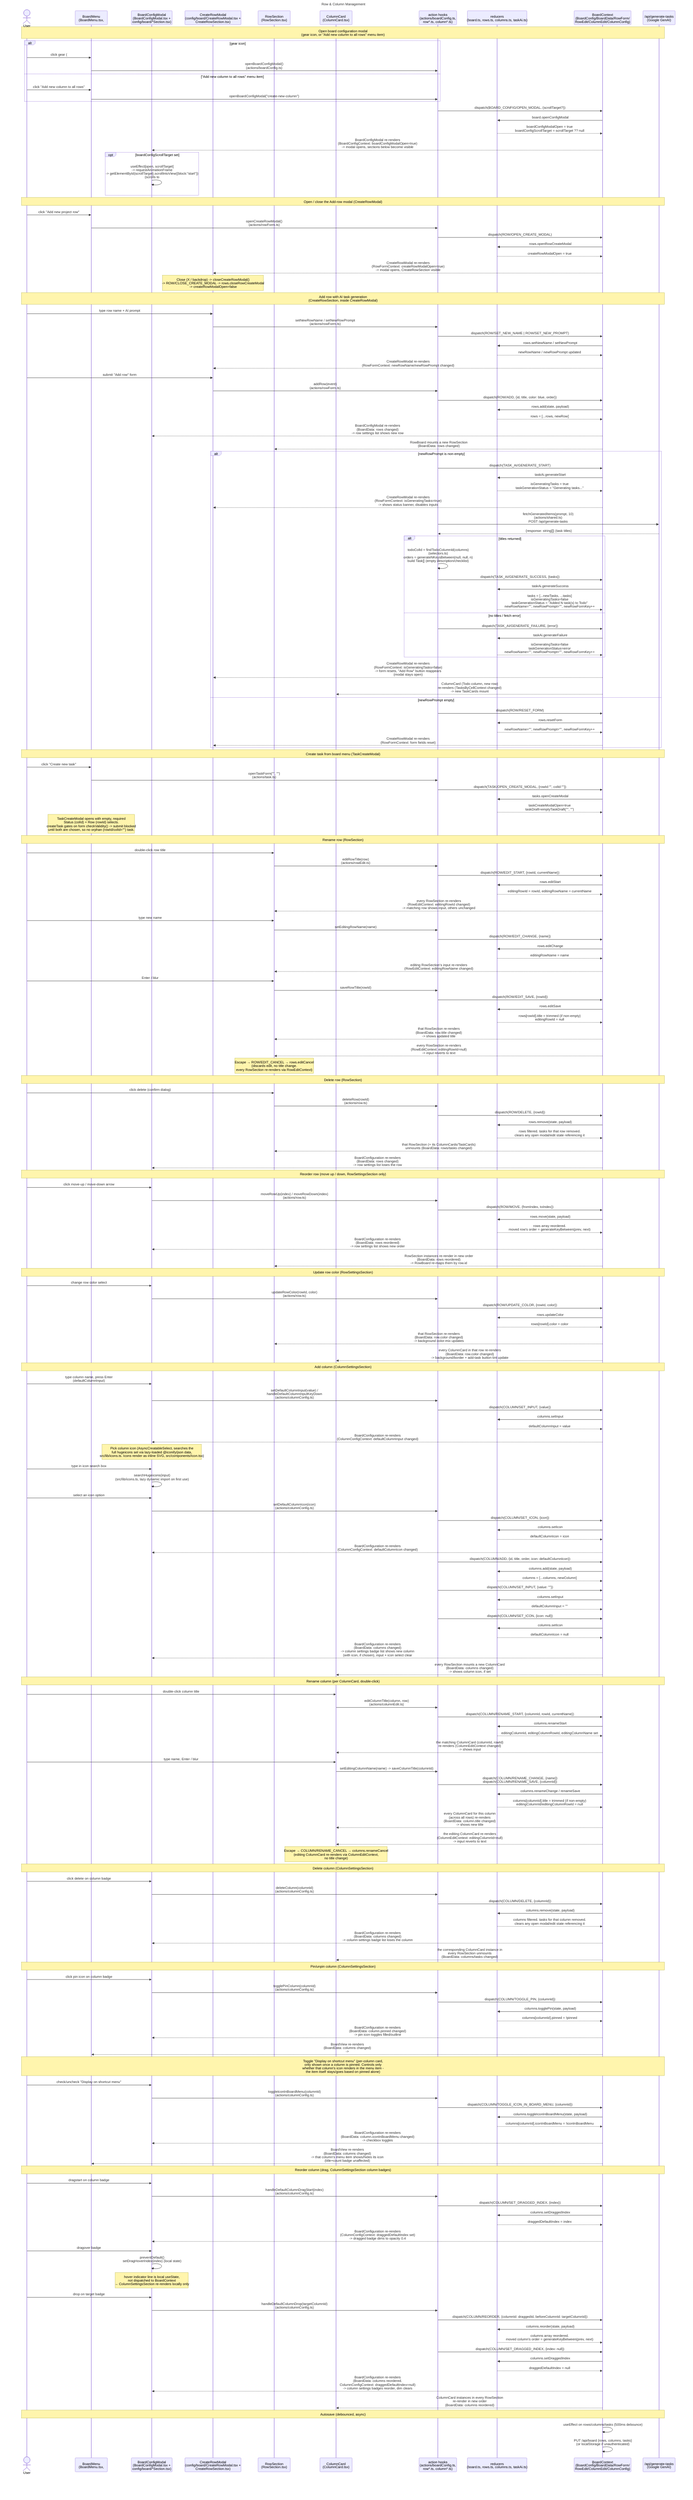
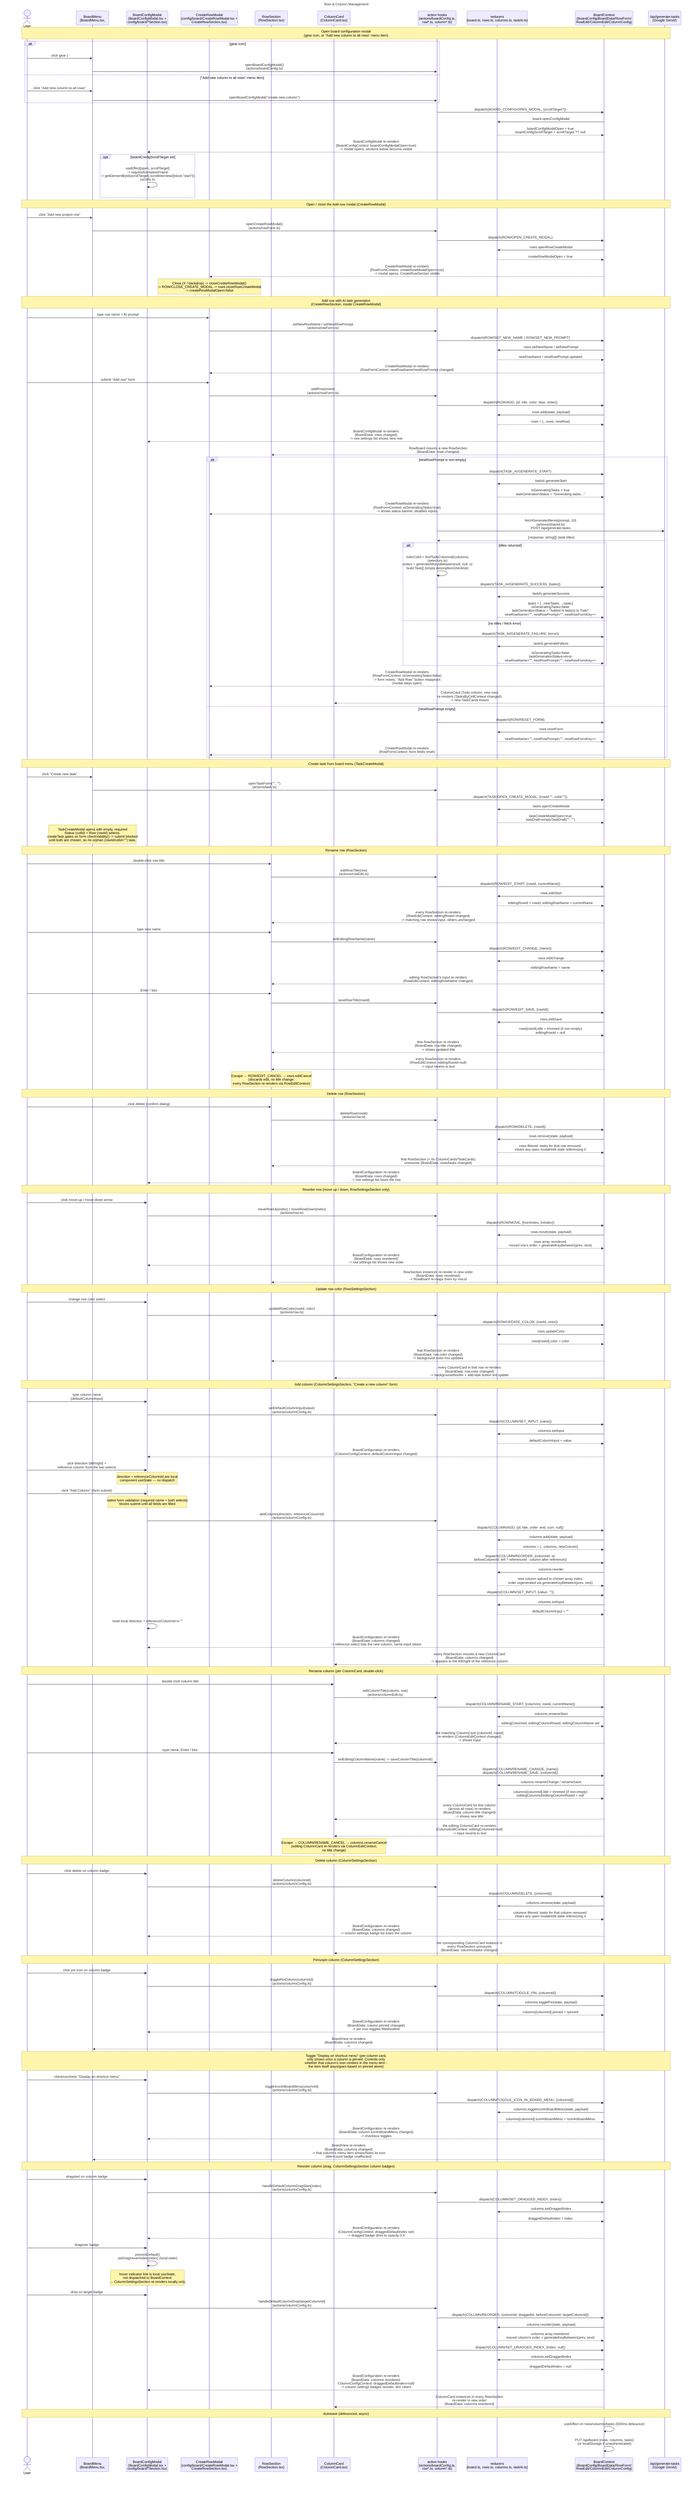
---
title: Row & Column Management
---
sequenceDiagram
    actor User
    participant BoardMenu as BoardMenu<br/>(BoardMenu.tsx, #board-menu)
    participant Config as BoardConfigModal<br/>(BoardConfigModal.tsx +<br/>config/board/*Section.tsx)
    participant RowModal as CreateRowModal<br/>(config/board/CreateRowModal.tsx +<br/>CreateRowSection.tsx)
    participant Row as RowSection<br/>(RowSection.tsx)
    participant Cell as ColumnCard<br/>(ColumnCard.tsx)
    participant Actions as action hooks<br/>(actions/boardConfig.ts,<br/>row*.ts, column*.ts)
    participant Reducer as reducers<br/>(board.ts, rows.ts, columns.ts, taskAi.ts)
    participant Ctx as BoardContext<br/>(BoardConfig/BoardData/RowForm/<br/>RowEdit/ColumnEdit/ColumnConfig)
    participant AI as /api/generate-tasks<br/>(Google GenAI)

    Note over User,AI: Open board configuration modal<br/>(gear icon, or "Add new column to all rows" menu item)
    alt gear icon
        User->>BoardMenu: click gear (#board-config-collapse-toggle)
        BoardMenu->>Actions: openBoardConfigModal()<br/>(actions/boardConfig.ts)
    else "Add new column to all rows" menu item
        User->>BoardMenu: click "Add new column to all rows"
        BoardMenu->>Actions: openBoardConfigModal("create-new-column")
    end
    Actions->>Ctx: dispatch(BOARD_CONFIG/OPEN_MODAL, {scrollTarget?})
    Ctx->>Reducer: board.openConfigModal
    Reducer-->>Ctx: boardConfigModalOpen = true<br/>boardConfigScrollTarget = scrollTarget ?? null
    Ctx-->>Config: BoardConfigModal re-renders<br/>(BoardConfigContext: boardConfigModalOpen=true)<br/>-> modal opens, sections below become visible
    opt boardConfigScrollTarget set
        Config->>Config: useEffect[open, scrollTarget]<br/>-> requestAnimationFrame<br/>-> getElementById(scrollTarget).scrollIntoView({block:"start"})<br/>(scrolls to #create-new-column in ColumnSettingsSection)
    end

    Note over User,AI: Open / close the Add-row modal (CreateRowModal)
    User->>BoardMenu: click "Add new project row"
    BoardMenu->>Actions: openCreateRowModal()<br/>(actions/rowForm.ts)
    Actions->>Ctx: dispatch(ROW/OPEN_CREATE_MODAL)
    Ctx->>Reducer: rows.openRowCreateModal
    Reducer-->>Ctx: createRowModalOpen = true
    Ctx-->>RowModal: CreateRowModal re-renders<br/>(RowFormContext: createRowModalOpen=true)<br/>-> modal opens, CreateRowSection visible
    Note over RowModal: Close (X / backdrop) -> closeCreateRowModal()<br/>-> ROW/CLOSE_CREATE_MODAL -> rows.closeRowCreateModal<br/>-> createRowModalOpen=false

    Note over User,AI: Add row with AI task generation<br/>(CreateRowSection, inside CreateRowModal)
    User->>RowModal: type row name + AI prompt
    RowModal->>Actions: setNewRowName / setNewRowPrompt<br/>(actions/rowForm.ts)
    Actions->>Ctx: dispatch(ROW/SET_NEW_NAME | ROW/SET_NEW_PROMPT)
    Ctx->>Reducer: rows.setNewName / setNewPrompt
    Reducer-->>Ctx: newRowName / newRowPrompt updated
    Ctx-->>RowModal: CreateRowModal re-renders<br/>(RowFormContext: newRowName/newRowPrompt changed)

    User->>RowModal: submit "Add row" form
    RowModal->>Actions: addRow(event)<br/>(actions/rowForm.ts)
    Actions->>Ctx: dispatch(ROW/ADD, {id, title, color: blue, order})
    Ctx->>Reducer: rows.add(state, payload)
    Reducer-->>Ctx: rows = [...rows, newRow]
    Ctx-->>Config: BoardConfigModal re-renders<br/>(BoardData: rows changed)<br/>-> row settings list shows new row
    Ctx-->>Row: RowBoard mounts a new RowSection<br/>(BoardData: rows changed)

    alt newRowPrompt is non-empty
        Actions->>Ctx: dispatch(TASK_AI/GENERATE_START)
        Ctx->>Reducer: taskAi.generateStart
        Reducer-->>Ctx: isGeneratingTasks = true<br/>taskGenerationStatus = "Generating tasks..."
        Ctx-->>RowModal: CreateRowModal re-renders<br/>(RowFormContext: isGeneratingTasks=true)<br/>-> shows status banner, disables inputs

        Actions->>AI: fetchGeneratedItems(prompt, 10)<br/>(actions/shared.ts)<br/>POST /api/generate-tasks
        AI-->>Actions: {response: string[]} (task titles)

        alt titles returned
            Actions->>Actions: todoColId = findTodoColumnId(columns)<br/>(selectors.ts)<br/>orders = generateNKeysBetween(null, null, n)<br/>build Task[] (empty description/checklist)
            Actions->>Ctx: dispatch(TASK_AI/GENERATE_SUCCESS, {tasks})
            Ctx->>Reducer: taskAi.generateSuccess
            Reducer-->>Ctx: tasks = [...newTasks, ...tasks]<br/>isGeneratingTasks=false<br/>taskGenerationStatus = "Added N task(s) to Todo"<br/>newRowName="", newRowPrompt="", newRowFormKey++
        else no titles / fetch error
            Actions->>Ctx: dispatch(TASK_AI/GENERATE_FAILURE, {error})
            Ctx->>Reducer: taskAi.generateFailure
            Reducer-->>Ctx: isGeneratingTasks=false<br/>taskGenerationStatus=error<br/>newRowName="", newRowPrompt="", newRowFormKey++
        end
        Ctx-->>RowModal: CreateRowModal re-renders<br/>(RowFormContext: isGeneratingTasks=false)<br/>-> form resets, "Add Row" button reappears<br/>(modal stays open)
        Ctx-->>Cell: ColumnCard (Todo column, new row)<br/>re-renders (TasksByCellContext changed)<br/>-> new TaskCards mount
    else newRowPrompt empty
        Actions->>Ctx: dispatch(ROW/RESET_FORM)
        Ctx->>Reducer: rows.resetForm
        Reducer-->>Ctx: newRowName="", newRowPrompt="", newRowFormKey++
        Ctx-->>RowModal: CreateRowModal re-renders<br/>(RowFormContext: form fields reset)
    end

    Note over User,AI: Create task from board menu (TaskCreateModal)
    User->>BoardMenu: click "Create new task"
    BoardMenu->>Actions: openTaskForm("", "")<br/>(actions/task.ts)
    Actions->>Ctx: dispatch(TASK/OPEN_CREATE_MODAL, {rowId:"", colId:""})
    Ctx->>Reducer: tasks.openCreateModal
    Reducer-->>Ctx: taskCreateModalOpen=true<br/>taskDraft=emptyTaskDraft("", "")
    Note over BoardMenu: TaskCreateModal opens with empty, required<br/>Status (colId) + Row (rowId) selects.<br/>createTask gates on form checkValidity() -> submit blocked<br/>until both are chosen, so no orphan (rowId/colId="") task.

    Note over User,AI: Rename row (RowSection)
    User->>Row: double-click row title
    Row->>Actions: editRowTitle(row)<br/>(actions/rowEdit.ts)
    Actions->>Ctx: dispatch(ROW/EDIT_START, {rowId, currentName})
    Ctx->>Reducer: rows.editStart
    Reducer-->>Ctx: editingRowId = rowId, editingRowName = currentName
    Ctx-->>Row: every RowSection re-renders<br/>(RowEditContext: editingRowId changed)<br/>-> matching row shows input, others unchanged

    User->>Row: type new name
    Row->>Actions: setEditingRowName(name)
    Actions->>Ctx: dispatch(ROW/EDIT_CHANGE, {name})
    Ctx->>Reducer: rows.editChange
    Reducer-->>Ctx: editingRowName = name
    Ctx-->>Row: editing RowSection's input re-renders<br/>(RowEditContext: editingRowName changed)

    User->>Row: Enter / blur
    Row->>Actions: saveRowTitle(rowId)
    Actions->>Ctx: dispatch(ROW/EDIT_SAVE, {rowId})
    Ctx->>Reducer: rows.editSave
    Reducer-->>Ctx: rows[rowId].title = trimmed (if non-empty)<br/>editingRowId = null
    Ctx-->>Row: that RowSection re-renders<br/>(BoardData: row.title changed)<br/>-> shows updated title
    Ctx-->>Row: every RowSection re-renders<br/>(RowEditContext: editingRowId=null)<br/>-> input reverts to text

    Note over Row: Escape → ROW/EDIT_CANCEL → rows.editCancel<br/>(discards edit, no title change.<br/>every RowSection re-renders via RowEditContext)

    Note over User,AI: Delete row (RowSection)
    User->>Row: click delete (confirm dialog)
    Row->>Actions: deleteRow(rowId)<br/>(actions/row.ts)
    Actions->>Ctx: dispatch(ROW/DELETE, {rowId})
    Ctx->>Reducer: rows.remove(state, payload)
    Reducer-->>Ctx: rows filtered. tasks for that row removed.<br/>clears any open modal/edit state referencing it
    Ctx-->>Row: that RowSection (+ its ColumnCards/TaskCards)<br/>unmounts (BoardData: rows/tasks changed)
    Ctx-->>Config: BoardConfiguration re-renders<br/>(BoardData: rows changed)<br/>-> row settings list loses the row

    Note over User,AI: Reorder row (move up / down, RowSettingsSection only)
    User->>Config: click move-up / move-down arrow
    Config->>Actions: moveRowUp(index) / moveRowDown(index)<br/>(actions/row.ts)
    Actions->>Ctx: dispatch(ROW/MOVE, {fromIndex, toIndex})
    Ctx->>Reducer: rows.move(state, payload)
    Reducer-->>Ctx: rows array reordered.<br/>moved row's order = generateKeyBetween(prev, next)
    Ctx-->>Config: BoardConfiguration re-renders<br/>(BoardData: rows reordered)<br/>-> row settings list shows new order
    Ctx-->>Row: RowSection instances re-render in new order<br/>(BoardData: rows reordered)<br/>-> RowBoard re-maps them by row.id

    Note over User,AI: Update row color (RowSettingsSection)
    User->>Config: change row color select
    Config->>Actions: updateRowColor(rowId, color)<br/>(actions/row.ts)
    Actions->>Ctx: dispatch(ROW/UPDATE_COLOR, {rowId, color})
    Ctx->>Reducer: rows.updateColor
    Reducer-->>Ctx: rows[rowId].color = color
    Ctx-->>Row: that RowSection re-renders<br/>(BoardData: row.color changed)<br/>-> background color-mix updates
    Ctx-->>Cell: every ColumnCard in that row re-renders<br/>(BoardData: row.color changed)<br/>-> background/border + add-task button tint update

-     Note over User,AI: Add column (ColumnSettingsSection)
-     User->>Config: type column name, press Enter<br/>(defaultColumnInput)
-     Config->>Actions: setDefaultColumnInput(value) /<br/>handleDefaultColumnInputKeyDown<br/>(actions/columnConfig.ts)
+     Note over User,AI: Add column (ColumnSettingsSection, "Create a new column" form)
+     User->>Config: type column name<br/>(defaultColumnInput)
+     Config->>Actions: setDefaultColumnInput(value)<br/>(actions/columnConfig.ts)
    Actions->>Ctx: dispatch(COLUMN/SET_INPUT, {value})
    Ctx->>Reducer: columns.setInput
    Reducer-->>Ctx: defaultColumnInput = value
    Ctx-->>Config: BoardConfiguration re-renders<br/>(ColumnConfigContext: defaultColumnInput changed)

-     Note over Config: Pick column icon (AsyncCreatableSelect, searches the<br/>full hugeicons set via lazy-loaded @iconify/json data,<br/>src/lib/icons.ts. Icons render as inline SVG, src/components/Icon.tsx)
-     User->>Config: type in icon search box
-     Config->>Config: searchHugeicons(input)<br/>(src/lib/icons.ts, lazy dynamic import on first use)
-     User->>Config: select an icon option
-     Config->>Actions: setDefaultColumnIcon(icon)<br/>(actions/columnConfig.ts)
-     Actions->>Ctx: dispatch(COLUMN/SET_ICON, {icon})
-     Ctx->>Reducer: columns.setIcon
-     Reducer-->>Ctx: defaultColumnIcon = icon
-     Ctx-->>Config: BoardConfiguration re-renders<br/>(ColumnConfigContext: defaultColumnIcon changed)
- 
-     Actions->>Ctx: dispatch(COLUMN/ADD, {id, title, order, icon: defaultColumnIcon})
+     User->>Config: pick direction (left/right) +<br/>reference column from the two selects
+     Note over Config: direction + referenceColumnId are local<br/>component useState — no dispatch
+ 
+     User->>Config: click "Add Column" (form submit)
+     Note over Config: native form validation (required name + both selects)<br/>blocks submit until all fields are filled
+     Config->>Actions: addColumn(direction, referenceColumnId)<br/>(actions/columnConfig.ts)
+     Actions->>Ctx: dispatch(COLUMN/ADD, {id, title, order: end, icon: null})
    Ctx->>Reducer: columns.add(state, payload)
    Reducer-->>Ctx: columns = [...columns, newColumn]
+     Actions->>Ctx: dispatch(COLUMN/REORDER, {columnId: id,<br/>beforeColumnId: left ? referenceId : column after reference})
+     Ctx->>Reducer: columns.reorder
+     Reducer-->>Ctx: new column spliced to chosen array index,<br/>order regenerated via generateKeyBetween(prev, next)
    Actions->>Ctx: dispatch(COLUMN/SET_INPUT, {value: ""})
    Ctx->>Reducer: columns.setInput
    Reducer-->>Ctx: defaultColumnInput = ""
-     Actions->>Ctx: dispatch(COLUMN/SET_ICON, {icon: null})
-     Ctx->>Reducer: columns.setIcon
-     Reducer-->>Ctx: defaultColumnIcon = null
-     Ctx-->>Config: BoardConfiguration re-renders<br/>(BoardData: columns changed)<br/>-> column settings badge list shows new column<br/>(with icon, if chosen), input + icon select clear
-     Ctx-->>Cell: every RowSection mounts a new ColumnCard<br/>(BoardData: columns changed)<br/>-> shows column icon, if set
+     Config->>Config: reset local direction + referenceColumnId to ""
+     Ctx-->>Config: BoardConfiguration re-renders<br/>(BoardData: columns changed)<br/>-> reference select lists the new column, name input clears
+     Ctx-->>Cell: every RowSection mounts a new ColumnCard<br/>(BoardData: columns changed)<br/>-> appears to the left/right of the reference column

    Note over User,AI: Rename column (per ColumnCard, double-click)
    User->>Cell: double-click column title
    Cell->>Actions: editColumnTitle(column, row)<br/>(actions/columnEdit.ts)
    Actions->>Ctx: dispatch(COLUMN/RENAME_START, {columnId, rowId, currentName})
    Ctx->>Reducer: columns.renameStart
    Reducer-->>Ctx: editingColumnId, editingColumnRowId, editingColumnName set
    Ctx-->>Cell: the matching ColumnCard (columnId, rowId)<br/>re-renders (ColumnEditContext changed)<br/>-> shows input

    User->>Cell: type name, Enter / blur
    Cell->>Actions: setEditingColumnName(name) -> saveColumnTitle(columnId)
    Actions->>Ctx: dispatch(COLUMN/RENAME_CHANGE, {name})<br/>dispatch(COLUMN/RENAME_SAVE, {columnId})
    Ctx->>Reducer: columns.renameChange / renameSave
    Reducer-->>Ctx: columns[columnId].title = trimmed (if non-empty)<br/>editingColumnId/editingColumnRowId = null
    Ctx-->>Cell: every ColumnCard for this column<br/>(across all rows) re-renders<br/>(BoardData: column.title changed)<br/>-> shows new title
    Ctx-->>Cell: the editing ColumnCard re-renders<br/>(ColumnEditContext: editingColumnId=null)<br/>-> input reverts to text

    Note over Cell: Escape → COLUMN/RENAME_CANCEL → columns.renameCancel<br/>(editing ColumnCard re-renders via ColumnEditContext,<br/>no title change)

    Note over User,AI: Delete column (ColumnSettingsSection)
    User->>Config: click delete on column badge
    Config->>Actions: deleteColumn(columnId)<br/>(actions/columnConfig.ts)
    Actions->>Ctx: dispatch(COLUMN/DELETE, {columnId})
    Ctx->>Reducer: columns.remove(state, payload)
    Reducer-->>Ctx: columns filtered. tasks for that column removed.<br/>clears any open modal/edit state referencing it
    Ctx-->>Config: BoardConfiguration re-renders<br/>(BoardData: columns changed)<br/>-> column settings badge list loses the column
    Ctx-->>Cell: the corresponding ColumnCard instance in<br/>every RowSection unmounts<br/>(BoardData: columns/tasks changed)

    Note over User,AI: Pin/unpin column (ColumnSettingsSection)
    User->>Config: click pin icon on column badge
    Config->>Actions: togglePinColumn(columnId)<br/>(actions/columnConfig.ts)
    Actions->>Ctx: dispatch(COLUMN/TOGGLE_PIN, {columnId})
    Ctx->>Reducer: columns.togglePin(state, payload)
    Reducer-->>Ctx: columns[columnId].pinned = !pinned
    Ctx-->>Config: BoardConfiguration re-renders<br/>(BoardData: column.pinned changed)<br/>-> pin icon toggles filled/outline
    Ctx-->>BoardMenu: BoardView re-renders<br/>(BoardData: columns changed)<br/>-> #board-menu adds/removes that column's<br/>title+count item (always shown when pinned,<br/>regardless of iconInBoardMenu)

    Note over User,AI: Toggle "Display on shortcut menu" (per-column card,<br/>only shown once a column is pinned. Controls only<br/>whether that column's icon renders in the menu item -<br/>the item itself stays/goes based on pinned alone)
    User->>Config: check/uncheck "Display on shortcut menu"
    Config->>Actions: toggleIconInBoardMenu(columnId)<br/>(actions/columnConfig.ts)
    Actions->>Ctx: dispatch(COLUMN/TOGGLE_ICON_IN_BOARD_MENU, {columnId})
    Ctx->>Reducer: columns.toggleIconInBoardMenu(state, payload)
    Reducer-->>Ctx: columns[columnId].iconInBoardMenu = !iconInBoardMenu
    Ctx-->>Config: BoardConfiguration re-renders<br/>(BoardData: column.iconInBoardMenu changed)<br/>-> checkbox toggles
    Ctx-->>BoardMenu: BoardView re-renders<br/>(BoardData: columns changed)<br/>-> that column's menu item shows/hides its icon<br/>(title+count badge unaffected)

    Note over User,AI: Reorder column (drag, ColumnSettingsSection column badges)
    User->>Config: dragstart on column badge
    Config->>Actions: handleDefaultColumnDragStart(index)<br/>(actions/columnConfig.ts)
    Actions->>Ctx: dispatch(COLUMN/SET_DRAGGED_INDEX, {index})
    Ctx->>Reducer: columns.setDraggedIndex
    Reducer-->>Ctx: draggedDefaultIndex = index
    Ctx-->>Config: BoardConfiguration re-renders<br/>(ColumnConfigContext: draggedDefaultIndex set)<br/>-> dragged badge dims to opacity 0.4

    User->>Config: dragover badge
    Config->>Config: preventDefault()<br/>setDragHoverIndex(index) (local state)
    Note over Config: hover indicator line is local useState,<br/>not dispatched to BoardContext<br/>→ ColumnSettingsSection re-renders locally only

    User->>Config: drop on target badge
    Config->>Actions: handleDefaultColumnDrop(targetColumnId)<br/>(actions/columnConfig.ts)
    Actions->>Ctx: dispatch(COLUMN/REORDER, {columnId: draggedId, beforeColumnId: targetColumnId})
    Ctx->>Reducer: columns.reorder(state, payload)
    Reducer-->>Ctx: columns array reordered.<br/>moved column's order = generateKeyBetween(prev, next)
    Actions->>Ctx: dispatch(COLUMN/SET_DRAGGED_INDEX, {index: null})
    Ctx->>Reducer: columns.setDraggedIndex
    Reducer-->>Ctx: draggedDefaultIndex = null
    Ctx-->>Config: BoardConfiguration re-renders<br/>(BoardData: columns reordered.<br/>ColumnConfigContext: draggedDefaultIndex=null)<br/>-> column settings badges reorder, dim clears
    Ctx-->>Cell: ColumnCard instances in every RowSection<br/>re-render in new order<br/>(BoardData: columns reordered)

    Note over User,AI: Autosave (debounced, async)
    Ctx->>Ctx: useEffect on rows/columns/tasks (500ms debounce)
    Ctx->>Ctx: PUT /api/board {rows, columns, tasks}<br/>(or localStorage if unauthenticated)
